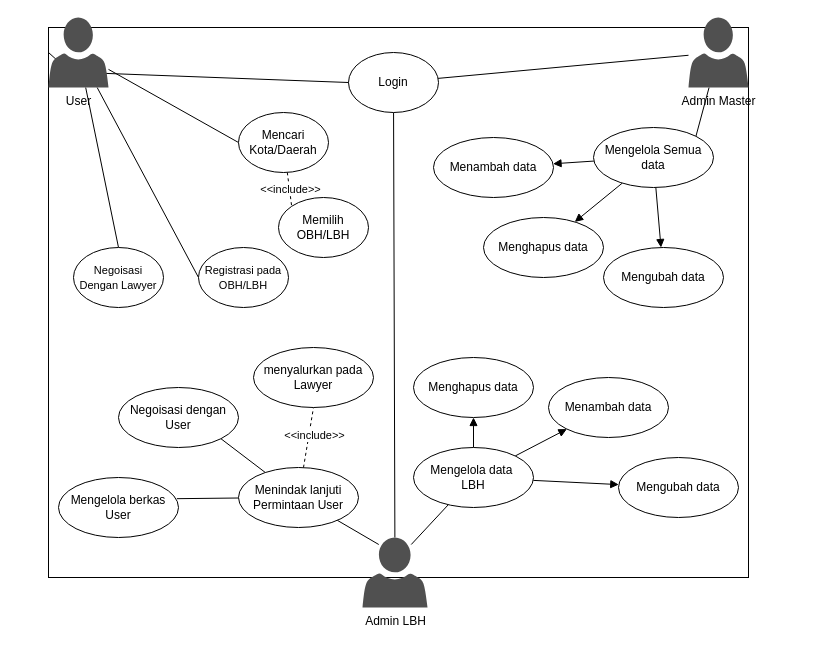
Above: All_Diagram-PUI.drawio in naufalfirman23/FILE-DIAGRAM (draw.io), before the change. Source tidied: cells renumbered, new cells numbered last; positions are measured from the earlier drawing's top-left corner, leaving out a move shared by most shapes. Both pictures are drawn from the tidied source at 100%, with x=0, y=0 at pixel (48, 17).
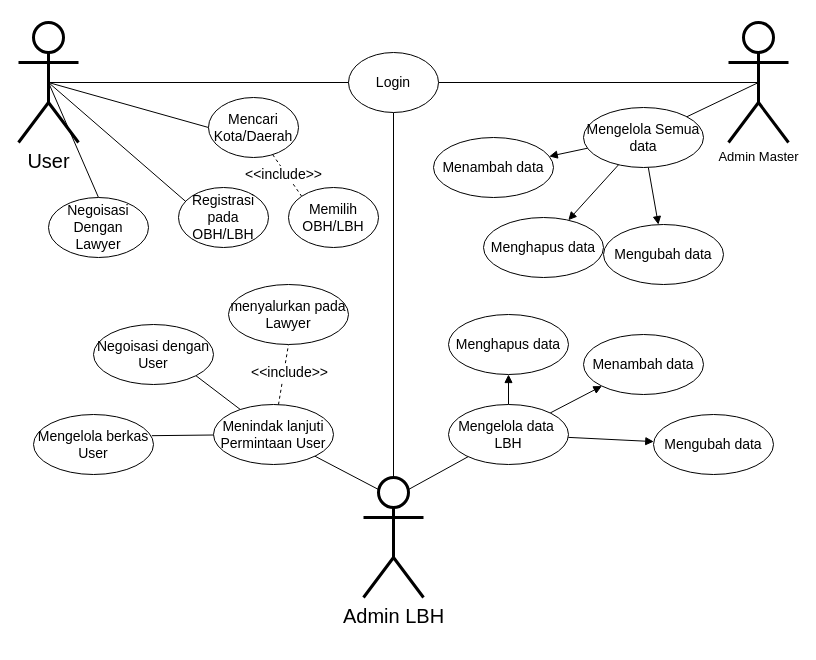
Above is the later version.

The edit, as a diff of the source:
```diff
@@
-    <mxCell id="2" style="rounded=0;whiteSpace=wrap;html=1;" parent="1" vertex="1">
-      <mxGeometry y="10" width="700" height="550" as="geometry" />
-    </mxCell>
-    <mxCell id="3" style="rounded=0;jettySize=auto;html=1;endArrow=none;endFill=0;" parent="1" edge="1" source="5" target="9">
+    <mxCell id="3" style="rounded=0;jettySize=auto;html=1;endArrow=none;endFill=0;exitX=0.5;exitY=0.5;exitDx=0;exitDy=0;exitPerimeter=0;" parent="1" edge="1" source="5" target="9">
       <mxGeometry relative="1" as="geometry" />
     </mxCell>
-    <mxCell id="4" style="rounded=0;jettySize=auto;html=1;entryX=1;entryY=0;entryDx=0;entryDy=0;endArrow=none;endFill=0;" parent="1" edge="1" source="5" target="19">
-      <mxGeometry relative="1" as="geometry" />
-    </mxCell>
-    <mxCell id="5" value="Admin Master" style="shape=mxgraph.office.users.user;verticalLabelPosition=bottom;verticalAlign=top;html=1;outlineConnect=0;strokeWidth=2;sketch=0;shadow=0;dashed=0;strokeColor=none;fillColor=#505050;labelPosition=center;" parent="1" vertex="1">
-      <mxGeometry x="640" width="60" height="70" as="geometry" />
-    </mxCell>
-    <mxCell id="6" style="rounded=0;jettySize=auto;html=1;entryX=0;entryY=0.5;entryDx=0;entryDy=0;endArrow=none;endFill=0;" parent="1" edge="1" source="44" target="13">
+    <mxCell id="6" style="rounded=0;jettySize=auto;html=1;entryX=0;entryY=0.5;entryDx=0;entryDy=0;endArrow=none;endFill=0;exitX=0.5;exitY=0.5;exitDx=0;exitDy=0;exitPerimeter=0;fontSize=14;" parent="1" edge="1" source="44" target="13">
       <mxGeometry relative="1" as="geometry" />
     </mxCell>
-    <mxCell id="7" style="rounded=0;jettySize=auto;html=1;entryX=0;entryY=0.5;entryDx=0;entryDy=0;endArrow=none;endFill=0;" parent="1" edge="1" source="44" target="15">
+    <mxCell id="7" style="rounded=0;jettySize=auto;html=1;entryX=0.101;entryY=0.26;entryDx=0;entryDy=0;endArrow=none;endFill=0;exitX=0.5;exitY=0.5;exitDx=0;exitDy=0;exitPerimeter=0;entryPerimeter=0;fontSize=14;" parent="1" edge="1" source="44" target="15">
       <mxGeometry relative="1" as="geometry" />
     </mxCell>
-    <mxCell id="8" style="rounded=0;jettySize=auto;html=1;endArrow=none;endFill=0;" parent="1" edge="1" source="9" target="23">
+    <mxCell id="8" style="rounded=0;jettySize=auto;html=1;endArrow=none;endFill=0;entryX=0.5;entryY=0;entryDx=0;entryDy=0;entryPerimeter=0;" parent="1" edge="1" source="9" target="23">
       <mxGeometry relative="1" as="geometry" />
     </mxCell>
-    <mxCell id="9" value="Login" style="ellipse;whiteSpace=wrap;html=1;" parent="1" vertex="1">
+    <mxCell id="9" value="Login" style="ellipse;whiteSpace=wrap;html=1;fontSize=14;" parent="1" vertex="1">
       <mxGeometry x="300" y="35" width="90" height="60" as="geometry" />
     </mxCell>
-    <mxCell id="10" style="rounded=0;jettySize=auto;html=1;entryX=0;entryY=0.5;entryDx=0;entryDy=0;endArrow=none;endFill=0;" parent="1" edge="1" target="9">
-      <mxGeometry relative="1" as="geometry">
-        <mxPoint x="25" y="54.7" as="sourcePoint" />
-      </mxGeometry>
+    <mxCell id="10" style="rounded=0;jettySize=auto;html=1;entryX=0;entryY=0.5;entryDx=0;entryDy=0;endArrow=none;endFill=0;exitX=0.5;exitY=0.5;exitDx=0;exitDy=0;exitPerimeter=0;fontSize=14;" parent="1" edge="1" source="44" target="9">
+      <mxGeometry relative="1" as="geometry" />
     </mxCell>
-    <mxCell id="11" style="rounded=0;jettySize=auto;html=1;entryX=0;entryY=0;entryDx=0;entryDy=0;endArrow=none;endFill=0;dashed=1;" parent="1" edge="1" source="13" target="14">
+    <mxCell id="11" style="rounded=0;jettySize=auto;html=1;entryX=0;entryY=0;entryDx=0;entryDy=0;endArrow=none;endFill=0;dashed=1;fontSize=14;" parent="1" edge="1" source="13" target="14">
       <mxGeometry relative="1" as="geometry" />
     </mxCell>
-    <mxCell id="12" value="&amp;lt;&amp;lt;include&amp;gt;&amp;gt;" style="edgeLabel;html=1;align=center;verticalAlign=middle;" parent="11" vertex="1">
+    <mxCell id="12" value="&amp;lt;&amp;lt;include&amp;gt;&amp;gt;" style="edgeLabel;html=1;align=center;verticalAlign=middle;fontSize=14;" parent="11" vertex="1">
       <mxGeometry x="-0.37" y="-1" relative="1" as="geometry">
         <mxPoint x="2" y="6" as="offset" />
       </mxGeometry>
     </mxCell>
-    <mxCell id="13" value="Mencari Kota/Daerah" style="ellipse;whiteSpace=wrap;html=1;" parent="1" vertex="1">
-      <mxGeometry x="190" y="95" width="90" height="60" as="geometry" />
+    <mxCell id="13" value="Mencari Kota/Daerah" style="ellipse;whiteSpace=wrap;html=1;fontSize=14;" parent="1" vertex="1">
+      <mxGeometry x="160" y="80" width="90" height="60" as="geometry" />
     </mxCell>
-    <mxCell id="14" value="Memilih OBH/LBH" style="ellipse;whiteSpace=wrap;html=1;" parent="1" vertex="1">
-      <mxGeometry x="230" y="180" width="90" height="60" as="geometry" />
+    <mxCell id="14" value="Memilih OBH/LBH" style="ellipse;whiteSpace=wrap;html=1;fontSize=14;" parent="1" vertex="1">
+      <mxGeometry x="240" y="170" width="90" height="60" as="geometry" />
     </mxCell>
-    <mxCell id="15" value="&lt;font style=&quot;font-size: 11px;&quot;&gt;Registrasi pada OBH/LBH&lt;/font&gt;" style="ellipse;whiteSpace=wrap;html=1;" parent="1" vertex="1">
-      <mxGeometry x="150" y="230" width="90" height="60" as="geometry" />
+    <mxCell id="15" value="&lt;font&gt;Registrasi pada OBH/LBH&lt;/font&gt;" style="ellipse;whiteSpace=wrap;html=1;fontSize=14;" parent="1" vertex="1">
+      <mxGeometry x="130" y="170" width="90" height="60" as="geometry" />
     </mxCell>
-    <mxCell id="16" style="rounded=0;jettySize=auto;html=1;endArrow=block;endFill=1;" parent="1" edge="1" source="19" target="21">
+    <mxCell id="16" style="rounded=0;jettySize=auto;html=1;endArrow=block;endFill=1;fontSize=14;" parent="1" edge="1" source="19" target="21">
       <mxGeometry relative="1" as="geometry" />
     </mxCell>
-    <mxCell id="17" style="rounded=0;jettySize=auto;html=1;endArrow=block;endFill=1;" parent="1" edge="1" source="19" target="20">
+    <mxCell id="17" style="rounded=0;jettySize=auto;html=1;endArrow=block;endFill=1;fontSize=14;" parent="1" edge="1" source="19" target="20">
       <mxGeometry relative="1" as="geometry" />
     </mxCell>
-    <mxCell id="18" style="rounded=0;jettySize=auto;html=1;endArrow=block;endFill=1;" parent="1" edge="1" source="19" target="22">
+    <mxCell id="18" style="rounded=0;jettySize=auto;html=1;endArrow=block;endFill=1;fontSize=14;" parent="1" edge="1" source="19" target="22">
       <mxGeometry relative="1" as="geometry" />
     </mxCell>
-    <mxCell id="19" value="Mengelola Semua data" style="ellipse;whiteSpace=wrap;html=1;" parent="1" vertex="1">
-      <mxGeometry x="545" y="110" width="120" height="60" as="geometry" />
+    <mxCell id="19" value="Mengelola Semua data" style="ellipse;whiteSpace=wrap;html=1;fontSize=14;" parent="1" vertex="1">
+      <mxGeometry x="535" y="90" width="120" height="60" as="geometry" />
     </mxCell>
-    <mxCell id="20" value="Menghapus data" style="ellipse;whiteSpace=wrap;html=1;" parent="1" vertex="1">
+    <mxCell id="20" value="Menghapus data" style="ellipse;whiteSpace=wrap;html=1;fontSize=14;" parent="1" vertex="1">
       <mxGeometry x="435" y="200" width="120" height="60" as="geometry" />
     </mxCell>
-    <mxCell id="21" value="Menambah data" style="ellipse;whiteSpace=wrap;html=1;" parent="1" vertex="1">
+    <mxCell id="21" value="Menambah data" style="ellipse;whiteSpace=wrap;html=1;fontSize=14;" parent="1" vertex="1">
       <mxGeometry x="385" y="120" width="120" height="60" as="geometry" />
     </mxCell>
-    <mxCell id="22" value="Mengubah data" style="ellipse;whiteSpace=wrap;html=1;" parent="1" vertex="1">
-      <mxGeometry x="555" y="230" width="120" height="60" as="geometry" />
+    <mxCell id="22" value="Mengubah data" style="ellipse;whiteSpace=wrap;html=1;fontSize=14;" parent="1" vertex="1">
+      <mxGeometry x="555" y="207" width="120" height="60" as="geometry" />
     </mxCell>
-    <mxCell id="23" value="Admin LBH&lt;div&gt;&lt;br&gt;&lt;/div&gt;" style="shape=mxgraph.office.users.user;verticalLabelPosition=bottom;verticalAlign=top;html=1;outlineConnect=0;strokeWidth=2;sketch=0;shadow=0;dashed=0;strokeColor=none;fillColor=#505050;labelPosition=center;" parent="1" vertex="1">
-      <mxGeometry x="314" y="520" width="65" height="70" as="geometry" />
-    </mxCell>
-    <mxCell id="24" style="rounded=0;jettySize=auto;html=1;endArrow=block;endFill=1;" parent="1" edge="1" source="28" target="30">
+    <mxCell id="24" style="rounded=0;jettySize=auto;html=1;endArrow=block;endFill=1;fontSize=14;" parent="1" edge="1" source="28" target="30">
       <mxGeometry relative="1" as="geometry" />
     </mxCell>
-    <mxCell id="25" style="rounded=0;jettySize=auto;html=1;endArrow=block;endFill=1;" parent="1" edge="1" source="28" target="29">
+    <mxCell id="25" style="rounded=0;jettySize=auto;html=1;endArrow=block;endFill=1;fontSize=14;" parent="1" edge="1" source="28" target="29">
       <mxGeometry relative="1" as="geometry" />
     </mxCell>
-    <mxCell id="26" style="rounded=0;jettySize=auto;html=1;endArrow=block;endFill=1;" parent="1" edge="1" source="28" target="31">
+    <mxCell id="26" style="rounded=0;jettySize=auto;html=1;endArrow=block;endFill=1;fontSize=14;" parent="1" edge="1" source="28" target="31">
       <mxGeometry relative="1" as="geometry" />
     </mxCell>
@@
-    <mxCell id="28" value="Mengelola data&amp;nbsp;&lt;div&gt;LBH&lt;/div&gt;" style="ellipse;whiteSpace=wrap;html=1;" parent="1" vertex="1">
-      <mxGeometry x="365" y="430" width="120" height="60" as="geometry" />
+    <mxCell id="28" value="Mengelola data&amp;nbsp;&lt;div&gt;LBH&lt;/div&gt;" style="ellipse;whiteSpace=wrap;html=1;fontSize=14;" parent="1" vertex="1">
+      <mxGeometry x="400" y="387" width="120" height="60" as="geometry" />
     </mxCell>
-    <mxCell id="29" value="Menghapus data" style="ellipse;whiteSpace=wrap;html=1;" parent="1" vertex="1">
-      <mxGeometry x="365" y="340" width="120" height="60" as="geometry" />
+    <mxCell id="29" value="Menghapus data" style="ellipse;whiteSpace=wrap;html=1;fontSize=14;" parent="1" vertex="1">
+      <mxGeometry x="400" y="297" width="120" height="60" as="geometry" />
     </mxCell>
-    <mxCell id="30" value="Menambah data" style="ellipse;whiteSpace=wrap;html=1;" parent="1" vertex="1">
-      <mxGeometry x="500" y="360" width="120" height="60" as="geometry" />
+    <mxCell id="30" value="Menambah data" style="ellipse;whiteSpace=wrap;html=1;fontSize=14;" parent="1" vertex="1">
+      <mxGeometry x="535" y="317" width="120" height="60" as="geometry" />
     </mxCell>
-    <mxCell id="31" value="Mengubah data" style="ellipse;whiteSpace=wrap;html=1;" parent="1" vertex="1">
-      <mxGeometry x="570" y="440" width="120" height="60" as="geometry" />
+    <mxCell id="31" value="Mengubah data" style="ellipse;whiteSpace=wrap;html=1;fontSize=14;" parent="1" vertex="1">
+      <mxGeometry x="605" y="397" width="120" height="60" as="geometry" />
     </mxCell>
-    <mxCell id="32" style="rounded=0;jettySize=auto;html=1;entryX=0.5;entryY=1;entryDx=0;entryDy=0;endArrow=none;endFill=0;dashed=1;" parent="1" edge="1" source="34" target="35">
+    <mxCell id="32" style="rounded=0;jettySize=auto;html=1;entryX=0.5;entryY=1;entryDx=0;entryDy=0;endArrow=none;endFill=0;dashed=1;fontSize=14;" parent="1" edge="1" source="34" target="35">
       <mxGeometry relative="1" as="geometry" />
     </mxCell>
-    <mxCell id="33" style="rounded=0;jettySize=auto;html=1;entryX=1;entryY=1;entryDx=0;entryDy=0;endArrow=none;endFill=0;" parent="1" edge="1" source="34" target="36">
+    <mxCell id="33" style="rounded=0;jettySize=auto;html=1;entryX=1;entryY=1;entryDx=0;entryDy=0;endArrow=none;endFill=0;fontSize=14;" parent="1" edge="1" source="34" target="36">
       <mxGeometry relative="1" as="geometry" />
     </mxCell>
-    <mxCell id="34" value="Menindak lanjuti&lt;div&gt;Permintaan User&lt;/div&gt;" style="ellipse;whiteSpace=wrap;html=1;" parent="1" vertex="1">
-      <mxGeometry x="190" y="450" width="120" height="60" as="geometry" />
+    <mxCell id="34" value="Menindak lanjuti&lt;div&gt;Permintaan User&lt;/div&gt;" style="ellipse;whiteSpace=wrap;html=1;fontSize=14;" parent="1" vertex="1">
+      <mxGeometry x="165" y="387" width="120" height="60" as="geometry" />
     </mxCell>
-    <mxCell id="35" value="menyalurkan pada Lawyer" style="ellipse;whiteSpace=wrap;html=1;" parent="1" vertex="1">
-      <mxGeometry x="205" y="330" width="120" height="60" as="geometry" />
+    <mxCell id="35" value="menyalurkan pada Lawyer" style="ellipse;whiteSpace=wrap;html=1;fontSize=14;" parent="1" vertex="1">
+      <mxGeometry x="180" y="267" width="120" height="60" as="geometry" />
     </mxCell>
-    <mxCell id="36" value="Negoisasi dengan User" style="ellipse;whiteSpace=wrap;html=1;" parent="1" vertex="1">
-      <mxGeometry x="70" y="370" width="120" height="60" as="geometry" />
+    <mxCell id="36" value="Negoisasi dengan User" style="ellipse;whiteSpace=wrap;html=1;fontSize=14;" parent="1" vertex="1">
+      <mxGeometry x="45" y="307" width="120" height="60" as="geometry" />
     </mxCell>
-    <mxCell id="37" value="Mengelola berkas User" style="ellipse;whiteSpace=wrap;html=1;" parent="1" vertex="1">
-      <mxGeometry x="10" y="460" width="120" height="60" as="geometry" />
+    <mxCell id="37" value="Mengelola berkas User" style="ellipse;whiteSpace=wrap;html=1;fontSize=14;" parent="1" vertex="1">
+      <mxGeometry x="-15" y="397" width="120" height="60" as="geometry" />
     </mxCell>
-    <mxCell id="38" style="rounded=0;jettySize=auto;html=1;entryX=0.986;entryY=0.353;entryDx=0;entryDy=0;entryPerimeter=0;endArrow=none;endFill=0;" parent="1" edge="1" source="34" target="37">
+    <mxCell id="38" style="rounded=0;jettySize=auto;html=1;entryX=0.986;entryY=0.353;entryDx=0;entryDy=0;entryPerimeter=0;endArrow=none;endFill=0;fontSize=14;" parent="1" edge="1" source="34" target="37">
       <mxGeometry relative="1" as="geometry" />
     </mxCell>
-    <mxCell id="39" style="rounded=0;jettySize=auto;html=1;entryX=0.25;entryY=0.1;entryDx=0;entryDy=0;entryPerimeter=0;endArrow=none;endFill=0;" parent="1" edge="1" source="34" target="23">
+    <mxCell id="39" style="rounded=0;jettySize=auto;html=1;entryX=0.25;entryY=0.1;entryDx=0;entryDy=0;entryPerimeter=0;endArrow=none;endFill=0;fontSize=14;" parent="1" edge="1" source="34" target="23">
       <mxGeometry relative="1" as="geometry" />
     </mxCell>
-    <mxCell id="40" style="rounded=0;jettySize=auto;html=1;entryX=0.5;entryY=0;entryDx=0;entryDy=0;endArrow=none;startFill=0;" parent="1" edge="1" source="44" target="41">
+    <mxCell id="40" style="rounded=0;jettySize=auto;html=1;entryX=0.5;entryY=0;entryDx=0;entryDy=0;endArrow=none;startFill=0;exitX=0.5;exitY=0.5;exitDx=0;exitDy=0;exitPerimeter=0;fontSize=14;" parent="1" edge="1" source="44" target="41">
       <mxGeometry relative="1" as="geometry" />
     </mxCell>
-    <mxCell id="41" value="&lt;font style=&quot;font-size: 11px;&quot;&gt;Negoisasi&lt;/font&gt;&lt;div&gt;&lt;font style=&quot;font-size: 11px;&quot;&gt;Dengan Lawyer&lt;/font&gt;&lt;/div&gt;" style="ellipse;whiteSpace=wrap;html=1;" parent="1" vertex="1">
-      <mxGeometry x="25" y="230" width="90" height="60" as="geometry" />
+    <mxCell id="41" value="&lt;font&gt;Negoisasi&lt;/font&gt;&lt;div&gt;&lt;font&gt;Dengan Lawyer&lt;/font&gt;&lt;/div&gt;" style="ellipse;whiteSpace=wrap;html=1;fontSize=14;" parent="1" vertex="1">
+      <mxGeometry y="180" width="100" height="60" as="geometry" />
     </mxCell>
-    <mxCell id="42" value="&amp;lt;&amp;lt;include&amp;gt;&amp;gt;" style="edgeLabel;html=1;align=center;verticalAlign=middle;" parent="1" vertex="1">
-      <mxGeometry x="265" y="417" as="geometry" />
+    <mxCell id="42" value="&amp;lt;&amp;lt;include&amp;gt;&amp;gt;" style="edgeLabel;html=1;align=center;verticalAlign=middle;fontSize=14;" parent="1" vertex="1">
+      <mxGeometry x="240" y="354" as="geometry" />
     </mxCell>
-    <mxCell id="43" style="rounded=0;jettySize=auto;html=1;entryX=0;entryY=0.5;entryDx=0;entryDy=0;endArrow=none;endFill=0;" parent="1" edge="1" target="44">
-      <mxGeometry relative="1" as="geometry">
-        <mxPoint x="10" y="44" as="sourcePoint" />
-      </mxGeometry>
-    </mxCell>
-    <mxCell id="44" value="User" style="shape=mxgraph.office.users.user;verticalLabelPosition=bottom;verticalAlign=top;html=1;outlineConnect=0;strokeWidth=2;sketch=0;shadow=0;dashed=0;strokeColor=none;fillColor=#505050;labelPosition=center;" parent="1" vertex="1">
-      <mxGeometry width="60" height="70" as="geometry" />
+    <mxCell id="44" value="&lt;font style=&quot;font-size: 20px;&quot;&gt;User&lt;/font&gt;" style="shape=umlActor;verticalLabelPosition=bottom;verticalAlign=top;html=1;outlineConnect=0;strokeWidth=3;" parent="1" vertex="1">
+      <mxGeometry x="-30" y="5" width="60" height="120" as="geometry" />
     </mxCell>
+    <mxCell id="5" value="&lt;font style=&quot;font-size: 13px;&quot;&gt;Admin Master&lt;/font&gt;" style="shape=umlActor;verticalLabelPosition=bottom;verticalAlign=top;html=1;outlineConnect=0;strokeWidth=3;" parent="1" vertex="1">
+      <mxGeometry x="680" y="5" width="60" height="120" as="geometry" />
+    </mxCell>
+    <mxCell id="45" style="rounded=0;jettySize=auto;html=1;entryX=0.5;entryY=0.5;entryDx=0;entryDy=0;entryPerimeter=0;endArrow=none;startFill=0;strokeWidth=1;" parent="1" edge="1" source="19" target="5">
+      <mxGeometry relative="1" as="geometry" />
+    </mxCell>
+    <mxCell id="23" value="&lt;font style=&quot;font-size: 20px;&quot;&gt;Admin LBH&lt;/font&gt;" style="shape=umlActor;verticalLabelPosition=bottom;verticalAlign=top;html=1;outlineConnect=0;strokeWidth=3;" parent="1" vertex="1">
+      <mxGeometry x="315" y="460" width="60" height="120" as="geometry" />
+    </mxCell>
```
